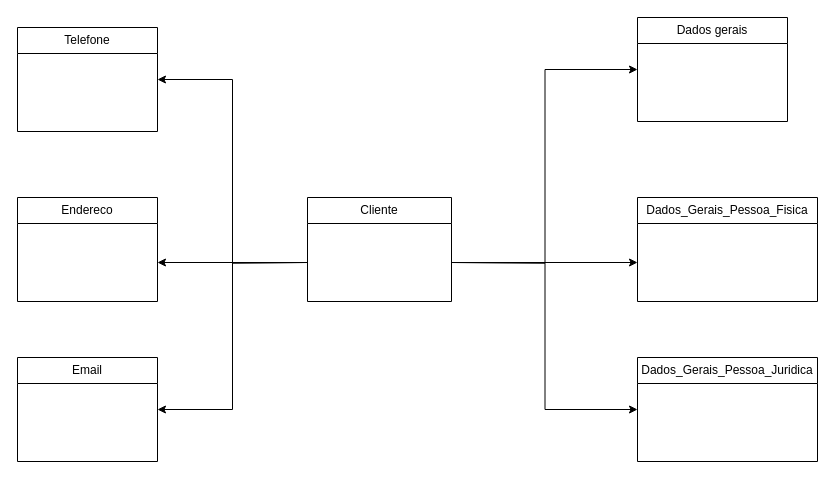
Above: Diagrama sem nome.drawio in fabiomoraeslima/django-projeto1 (draw.io), before the change. Source tidied: cells renumbered, new cells numbered last; positions are measured from the earlier drawing's top-left corner, leaving out a move shared by most shapes. Both pictures are drawn from the tidied source at 100%, with x=0, y=0 at pixel (17, 17).
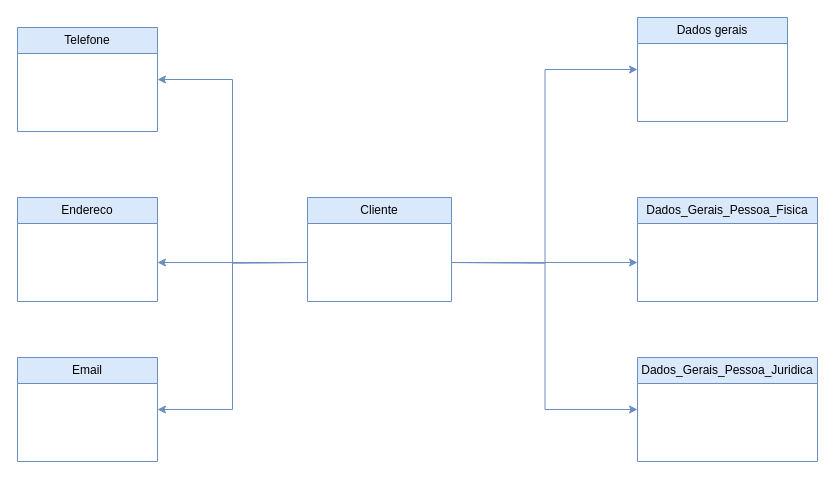
Above is the later version.

Diff of the diagram source:
```diff
@@
 <mxGraphModel>
   <root>
     <mxCell id="0" />
     <mxCell id="1" parent="0" />
-    <mxCell id="2" value="Cliente" style="swimlane;fontStyle=0;horizontal=1;startSize=26;fillColor=none;whiteSpace=wrap;html=1;" parent="1" vertex="1">
+    <mxCell id="2" value="Cliente" style="swimlane;fontStyle=0;horizontal=1;startSize=26;fillColor=#dae8fc;whiteSpace=wrap;html=1;strokeColor=#6c8ebf;" parent="1" vertex="1">
       <mxGeometry x="290" y="180" width="144" height="104" as="geometry" />
     </mxCell>
-    <mxCell id="3" value="Dados gerais" style="swimlane;fontStyle=0;horizontal=1;startSize=26;fillColor=none;whiteSpace=wrap;html=1;" parent="1" vertex="1">
+    <mxCell id="3" value="Dados gerais" style="swimlane;fontStyle=0;horizontal=1;startSize=26;fillColor=#dae8fc;whiteSpace=wrap;html=1;strokeColor=#6c8ebf;" parent="1" vertex="1">
       <mxGeometry x="620" width="150" height="104" as="geometry" />
     </mxCell>
-    <mxCell id="4" value="Dados_Gerais_Pessoa_Fisica" style="swimlane;fontStyle=0;horizontal=1;startSize=26;fillColor=none;whiteSpace=wrap;html=1;" parent="1" vertex="1">
+    <mxCell id="4" value="Dados_Gerais_Pessoa_Fisica" style="swimlane;fontStyle=0;horizontal=1;startSize=26;fillColor=#dae8fc;whiteSpace=wrap;html=1;strokeColor=#6c8ebf;" parent="1" vertex="1">
       <mxGeometry x="620" y="180" width="180" height="104" as="geometry" />
     </mxCell>
-    <mxCell id="5" value="Dados_Gerais_Pessoa_Juridica" style="swimlane;fontStyle=0;horizontal=1;startSize=26;fillColor=none;whiteSpace=wrap;html=1;" parent="1" vertex="1">
+    <mxCell id="5" value="Dados_Gerais_Pessoa_Juridica" style="swimlane;fontStyle=0;horizontal=1;startSize=26;fillColor=#dae8fc;whiteSpace=wrap;html=1;strokeColor=#6c8ebf;" parent="1" vertex="1">
       <mxGeometry x="620" y="340" width="180" height="104" as="geometry" />
     </mxCell>
-    <mxCell id="6" value="Email" style="swimlane;fontStyle=0;horizontal=1;startSize=26;fillColor=none;whiteSpace=wrap;html=1;" parent="1" vertex="1">
+    <mxCell id="6" value="Email" style="swimlane;fontStyle=0;horizontal=1;startSize=26;fillColor=#dae8fc;whiteSpace=wrap;html=1;strokeColor=#6c8ebf;" parent="1" vertex="1">
       <mxGeometry y="340" width="140" height="104" as="geometry" />
     </mxCell>
-    <mxCell id="7" value="Endereco" style="swimlane;fontStyle=0;horizontal=1;startSize=26;fillColor=none;whiteSpace=wrap;html=1;" parent="1" vertex="1">
+    <mxCell id="7" value="Endereco" style="swimlane;fontStyle=0;horizontal=1;startSize=26;fillColor=#dae8fc;whiteSpace=wrap;html=1;strokeColor=#6c8ebf;" parent="1" vertex="1">
       <mxGeometry y="180" width="140" height="104" as="geometry" />
     </mxCell>
-    <mxCell id="8" value="Telefone" style="swimlane;fontStyle=0;horizontal=1;startSize=26;fillColor=none;whiteSpace=wrap;html=1;" parent="1" vertex="1">
+    <mxCell id="8" value="Telefone" style="swimlane;fontStyle=0;horizontal=1;startSize=26;fillColor=#dae8fc;whiteSpace=wrap;html=1;strokeColor=#6c8ebf;" parent="1" vertex="1">
       <mxGeometry y="10" width="140" height="104" as="geometry" />
     </mxCell>
-    <mxCell id="9" style="edgeStyle=orthogonalEdgeStyle;rounded=0;orthogonalLoop=1;jettySize=auto;html=1;entryX=1;entryY=0.5;entryDx=0;entryDy=0;" parent="1" edge="1">
+    <mxCell id="9" style="edgeStyle=orthogonalEdgeStyle;rounded=0;orthogonalLoop=1;jettySize=auto;html=1;entryX=1;entryY=0.5;entryDx=0;entryDy=0;fillColor=#dae8fc;strokeColor=#6c8ebf;" parent="1" edge="1">
       <mxGeometry relative="1" as="geometry">
         <mxPoint x="290" y="245" as="sourcePoint" />
         <mxPoint x="140" y="245" as="targetPoint" />
       </mxGeometry>
     </mxCell>
-    <mxCell id="10" style="edgeStyle=orthogonalEdgeStyle;rounded=0;orthogonalLoop=1;jettySize=auto;html=1;entryX=0;entryY=0.5;entryDx=0;entryDy=0;" parent="1" edge="1">
+    <mxCell id="10" style="edgeStyle=orthogonalEdgeStyle;rounded=0;orthogonalLoop=1;jettySize=auto;html=1;entryX=0;entryY=0.5;entryDx=0;entryDy=0;fillColor=#dae8fc;strokeColor=#6c8ebf;" parent="1" edge="1">
       <mxGeometry relative="1" as="geometry">
         <mxPoint x="434" y="245" as="sourcePoint" />
         <mxPoint x="620" y="245" as="targetPoint" />
       </mxGeometry>
     </mxCell>
-    <mxCell id="11" style="edgeStyle=orthogonalEdgeStyle;rounded=0;jettySize=auto;html=1;entryX=1;entryY=0.5;entryDx=0;entryDy=0;" parent="1" edge="1" target="8">
+    <mxCell id="11" style="edgeStyle=orthogonalEdgeStyle;rounded=0;jettySize=auto;html=1;entryX=1;entryY=0.5;entryDx=0;entryDy=0;fillColor=#dae8fc;strokeColor=#6c8ebf;" parent="1" edge="1" target="8">
       <mxGeometry relative="1" as="geometry">
         <mxPoint x="290" y="245" as="sourcePoint" />
       </mxGeometry>
     </mxCell>
-    <mxCell id="12" style="edgeStyle=orthogonalEdgeStyle;rounded=0;jettySize=auto;html=1;entryX=1;entryY=0.5;entryDx=0;entryDy=0;" parent="1" edge="1" target="6">
+    <mxCell id="12" style="edgeStyle=orthogonalEdgeStyle;rounded=0;jettySize=auto;html=1;entryX=1;entryY=0.5;entryDx=0;entryDy=0;fillColor=#dae8fc;strokeColor=#6c8ebf;" parent="1" edge="1" target="6">
       <mxGeometry relative="1" as="geometry">
         <mxPoint x="290" y="245" as="sourcePoint" />
       </mxGeometry>
     </mxCell>
-    <mxCell id="13" style="edgeStyle=orthogonalEdgeStyle;rounded=0;jettySize=auto;html=1;entryX=0;entryY=0.5;entryDx=0;entryDy=0;" parent="1" edge="1" target="3">
+    <mxCell id="13" style="edgeStyle=orthogonalEdgeStyle;rounded=0;jettySize=auto;html=1;entryX=0;entryY=0.5;entryDx=0;entryDy=0;fillColor=#dae8fc;strokeColor=#6c8ebf;" parent="1" edge="1" target="3">
       <mxGeometry relative="1" as="geometry">
         <mxPoint x="434" y="245" as="sourcePoint" />
       </mxGeometry>
     </mxCell>
-    <mxCell id="14" style="edgeStyle=orthogonalEdgeStyle;rounded=0;jettySize=auto;html=1;entryX=0;entryY=0.5;entryDx=0;entryDy=0;" parent="1" edge="1" target="5">
+    <mxCell id="14" style="edgeStyle=orthogonalEdgeStyle;rounded=0;jettySize=auto;html=1;entryX=0;entryY=0.5;entryDx=0;entryDy=0;fillColor=#dae8fc;strokeColor=#6c8ebf;" parent="1" edge="1" target="5">
       <mxGeometry relative="1" as="geometry">
         <mxPoint x="434" y="245" as="sourcePoint" />
       </mxGeometry>
     </mxCell>
   </root>
 </mxGraphModel>
```
